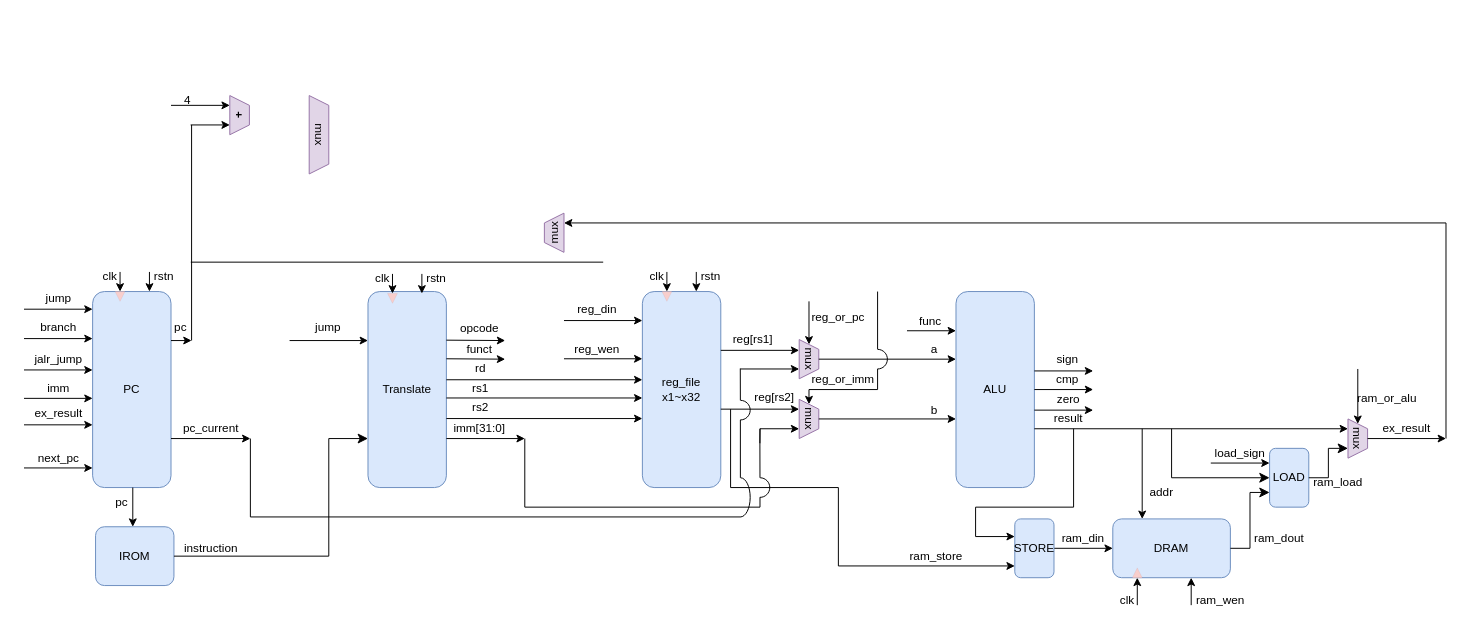
Earlier version of the draw.io diagram 1_riscv/riscv.drawio (youmiwei/drawio). Source tidied: cells renumbered, new cells numbered last; positions are measured from the earlier drawing's top-left corner, leaving out a move shared by most shapes. Both pictures are drawn from the tidied source at 98%, with x=0, y=0 at pixel (24, 95).
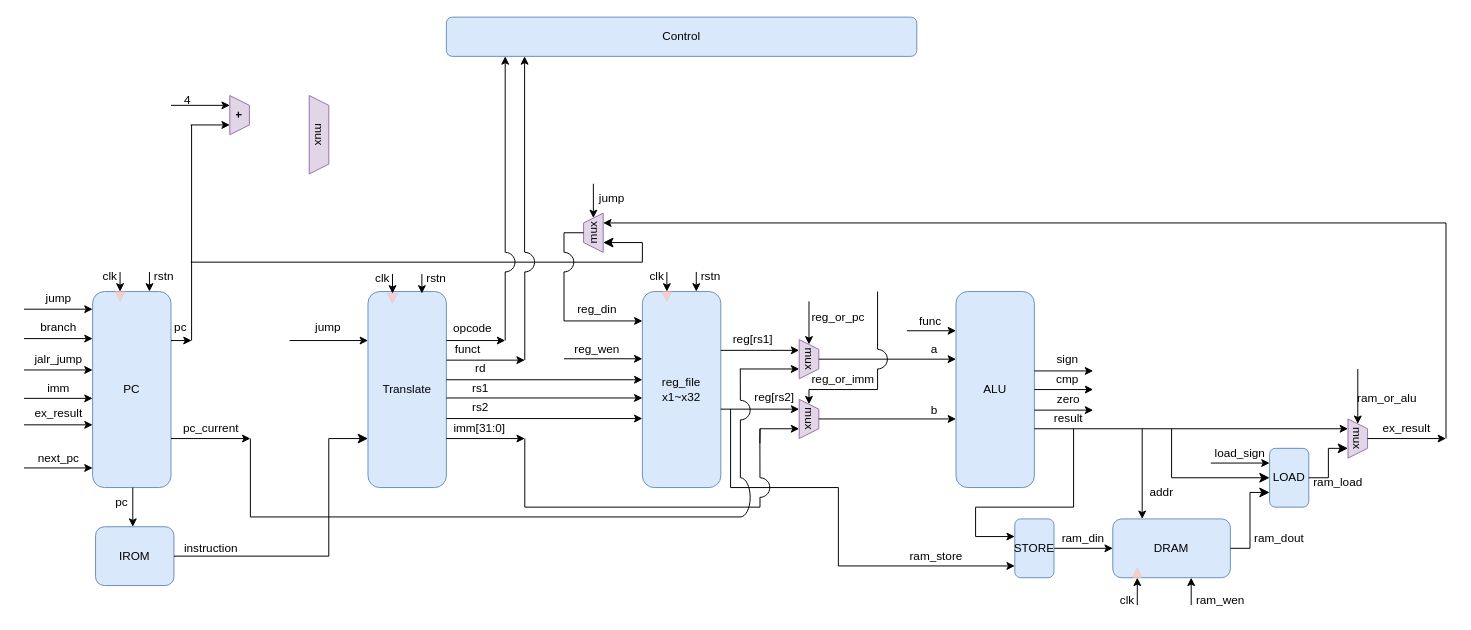
The same page after the edit.

Change to the diagram source:
```diff
@@
     <mxCell id="38" style="endArrow=classic;html=1;rounded=0;" parent="1" edge="1">
       <mxGeometry relative="1" as="geometry">
-        <mxPoint x="431" y="249.6" as="sourcePoint" />
+        <mxPoint x="431" y="250" as="sourcePoint" />
         <mxPoint x="491" y="250" as="targetPoint" />
       </mxGeometry>
     </mxCell>
     <mxCell id="39" style="endArrow=classic;html=1;rounded=0;" parent="1" edge="1">
       <mxGeometry relative="1" as="geometry">
-        <mxPoint x="431" y="268.6" as="sourcePoint" />
-        <mxPoint x="491" y="269" as="targetPoint" />
+        <mxPoint x="431" y="270" as="sourcePoint" />
+        <mxPoint x="511" y="270" as="targetPoint" />
       </mxGeometry>
     </mxCell>
@@
     <mxCell id="44" value="opcode" style="text;html=1;align=center;verticalAlign=middle;whiteSpace=wrap;rounded=0;" parent="1" vertex="1">
-      <mxGeometry x="435" y="233" width="60" height="10" as="geometry" />
+      <mxGeometry x="435" y="233" width="46" height="10" as="geometry" />
     </mxCell>
     <mxCell id="45" value="funct" style="text;html=1;align=center;verticalAlign=middle;whiteSpace=wrap;rounded=0;" parent="1" vertex="1">
-      <mxGeometry x="435" y="254" width="60" height="10" as="geometry" />
+      <mxGeometry x="435" y="254" width="36" height="10" as="geometry" />
     </mxCell>
@@
     <mxCell id="55" style="endArrow=classic;html=1;rounded=0;entryX=0;entryY=0.25;entryDx=0;entryDy=0;" parent="1" edge="1">
       <mxGeometry relative="1" as="geometry">
-        <mxPoint x="551" y="229.6" as="sourcePoint" />
-        <mxPoint x="631" y="229.6" as="targetPoint" />
+        <mxPoint x="551" y="230" as="sourcePoint" />
+        <mxPoint x="631" y="230" as="targetPoint" />
       </mxGeometry>
     </mxCell>
@@
     <mxCell id="120" value="mux" style="shape=trapezoid;perimeter=trapezoidPerimeter;whiteSpace=wrap;html=1;fixedSize=1;size=10;rotation=-90;fillColor=#e1d5e7;strokeColor=#9673a6;align=center;" parent="1" vertex="1">
-      <mxGeometry x="521" y="130" width="40" height="20" as="geometry" />
+      <mxGeometry x="561" y="130" width="40" height="20" as="geometry" />
     </mxCell>
@@
     <mxCell id="145" style="endArrow=none;html=1;rounded=0;" parent="1" edge="1">
       <mxGeometry relative="1" as="geometry">
         <mxPoint x="170.2" y="170" as="sourcePoint" />
-        <mxPoint x="591" y="170" as="targetPoint" />
+        <mxPoint x="631" y="170" as="targetPoint" />
       </mxGeometry>
     </mxCell>
+    <mxCell id="146" style="edgeStyle=elbowEdgeStyle;elbow=vertical;endArrow=classic;html=1;curved=0;rounded=0;endSize=8;startSize=8;entryX=0.25;entryY=1;entryDx=0;entryDy=0;" parent="1" edge="1">
+      <mxGeometry relative="1" as="geometry">
+        <mxPoint x="631" y="170" as="sourcePoint" />
+        <mxPoint x="591" y="150" as="targetPoint" />
+        <Array as="points">
+          <mxPoint x="611" y="150" />
+        </Array>
+      </mxGeometry>
+    </mxCell>
+    <mxCell id="147" style="verticalLabelPosition=bottom;verticalAlign=top;html=1;shape=mxgraph.basic.arc;startAngle=0.0032476092441872753;endAngle=0.5018946122032574;" parent="1" vertex="1">
+      <mxGeometry x="541" y="160" width="20" height="20" as="geometry" />
+    </mxCell>
+    <mxCell id="148" style="endArrow=none;html=1;rounded=0;entryX=0.5;entryY=0;entryDx=0;entryDy=0;" parent="1" edge="1" target="120">
+      <mxGeometry relative="1" as="geometry">
+        <mxPoint x="551" y="140" as="sourcePoint" />
+      </mxGeometry>
+    </mxCell>
+    <mxCell id="149" style="endArrow=none;html=1;rounded=0;" parent="1" edge="1" source="147">
+      <mxGeometry relative="1" as="geometry">
+        <mxPoint x="551" y="140" as="targetPoint" />
+      </mxGeometry>
+    </mxCell>
+    <mxCell id="150" style="endArrow=classic;html=1;rounded=0;entryX=1;entryY=0.5;entryDx=0;entryDy=0;" parent="1" edge="1" target="120">
+      <mxGeometry relative="1" as="geometry">
+        <mxPoint x="581" y="90" as="sourcePoint" />
+      </mxGeometry>
+    </mxCell>
+    <mxCell id="151" value="jump" style="text;html=1;align=center;verticalAlign=middle;whiteSpace=wrap;rounded=0;" parent="1" vertex="1">
+      <mxGeometry x="585" y="100" width="30" height="10" as="geometry" />
+    </mxCell>
+    <mxCell id="152" style="endArrow=none;html=1;rounded=0;entryX=0.501;entryY=0.997;entryDx=0;entryDy=0;entryPerimeter=0;" parent="1" edge="1" target="147">
+      <mxGeometry relative="1" as="geometry">
+        <mxPoint x="551" y="230" as="sourcePoint" />
+      </mxGeometry>
+    </mxCell>
+    <mxCell id="153" style="endArrow=none;html=1;rounded=0;" parent="1" edge="1">
+      <mxGeometry relative="1" as="geometry">
+        <mxPoint x="551" y="230" as="sourcePoint" />
+        <mxPoint x="551" y="230" as="targetPoint" />
+      </mxGeometry>
+    </mxCell>
+    <mxCell id="154" value="Control" style="rounded=1;whiteSpace=wrap;html=1;fillColor=#dae8fc;strokeColor=#6c8ebf;" parent="1" vertex="1">
+      <mxGeometry x="431" y="-80" width="480" height="40" as="geometry" />
+    </mxCell>
+    <mxCell id="155" style="endArrow=none;html=1;rounded=0;" parent="1" edge="1" target="156">
+      <mxGeometry relative="1" as="geometry">
+        <mxPoint x="491" y="250" as="sourcePoint" />
+      </mxGeometry>
+    </mxCell>
+    <mxCell id="156" style="verticalLabelPosition=bottom;verticalAlign=top;html=1;shape=mxgraph.basic.arc;startAngle=0.0032476092441872753;endAngle=0.5018946122032574;" parent="1" vertex="1">
+      <mxGeometry x="481" y="160" width="20" height="20" as="geometry" />
+    </mxCell>
+    <mxCell id="157" style="endArrow=classic;html=1;rounded=0;" parent="1" edge="1" source="156">
+      <mxGeometry relative="1" as="geometry">
+        <mxPoint x="491" y="-40" as="targetPoint" />
+      </mxGeometry>
+    </mxCell>
+    <mxCell id="158" style="verticalLabelPosition=bottom;verticalAlign=top;html=1;shape=mxgraph.basic.arc;startAngle=0.0032476092441872753;endAngle=0.5018946122032574;" parent="1" vertex="1">
+      <mxGeometry x="501" y="160" width="20" height="20" as="geometry" />
+    </mxCell>
+    <mxCell id="159" style="endArrow=none;html=1;rounded=0;" parent="1" edge="1" target="158">
+      <mxGeometry relative="1" as="geometry">
+        <mxPoint x="511" y="270" as="sourcePoint" />
+      </mxGeometry>
+    </mxCell>
+    <mxCell id="160" style="endArrow=classic;html=1;rounded=0;" parent="1" edge="1">
+      <mxGeometry relative="1" as="geometry">
+        <mxPoint x="510.8" y="160" as="sourcePoint" />
+        <mxPoint x="510.8" y="-40" as="targetPoint" />
+      </mxGeometry>
+    </mxCell>
```
